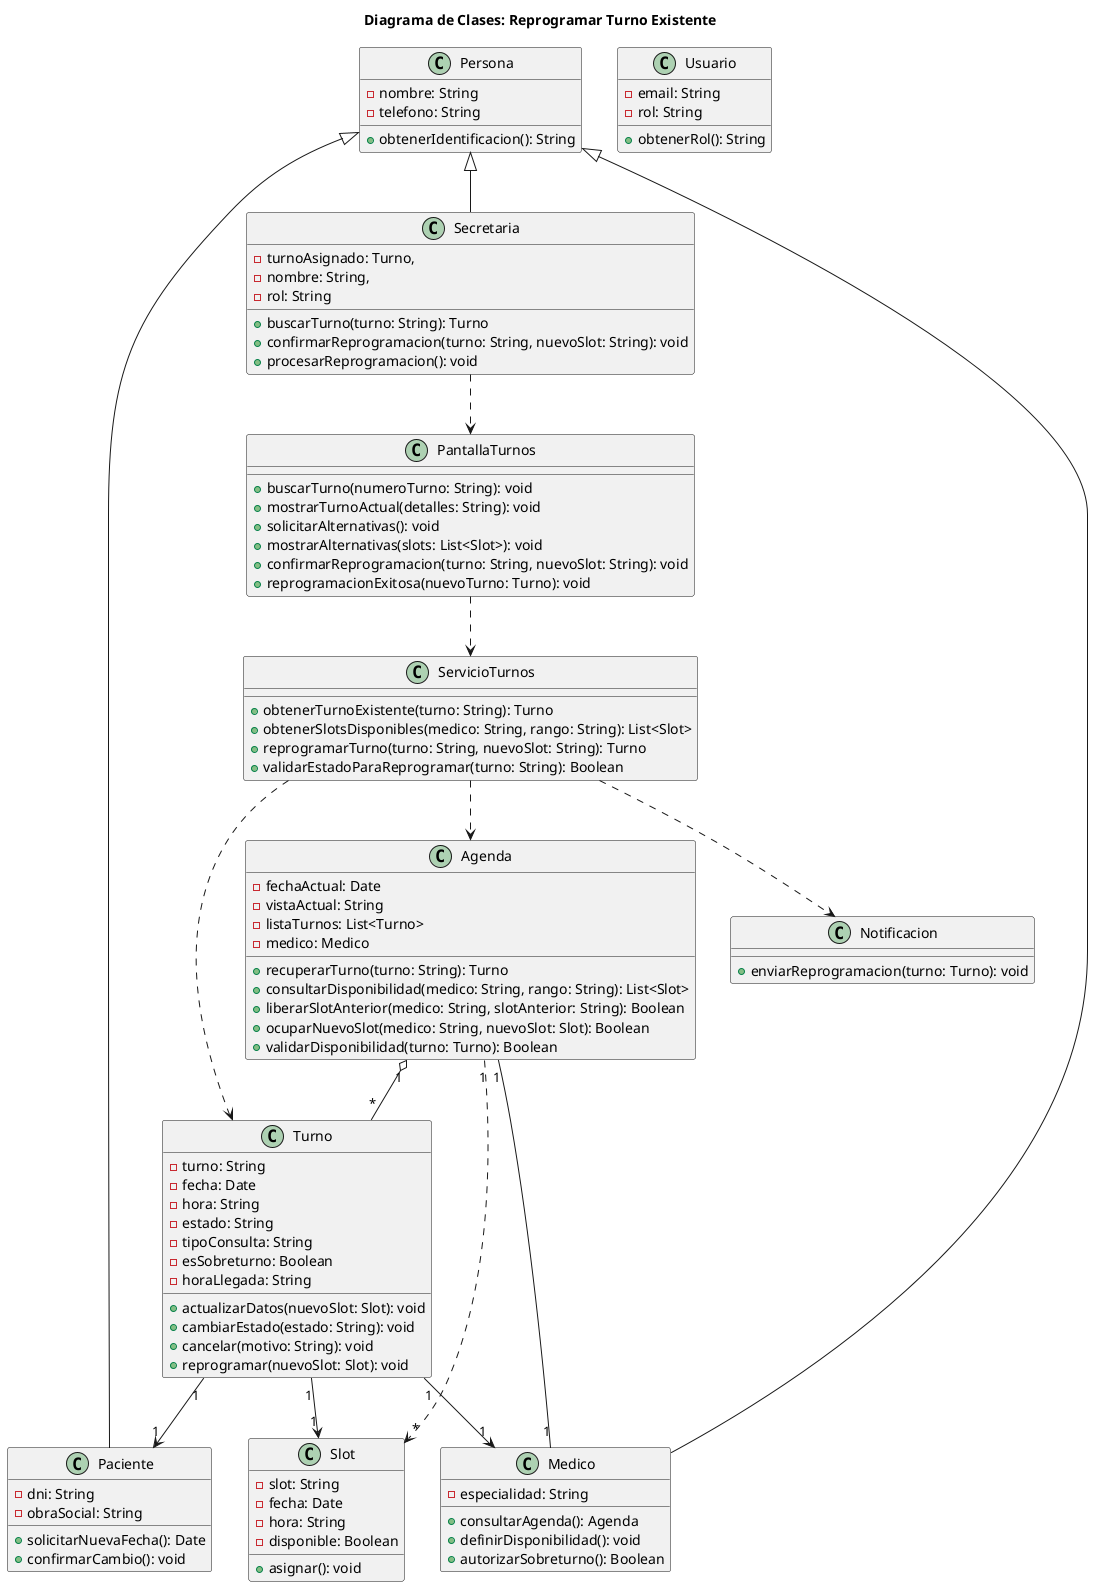
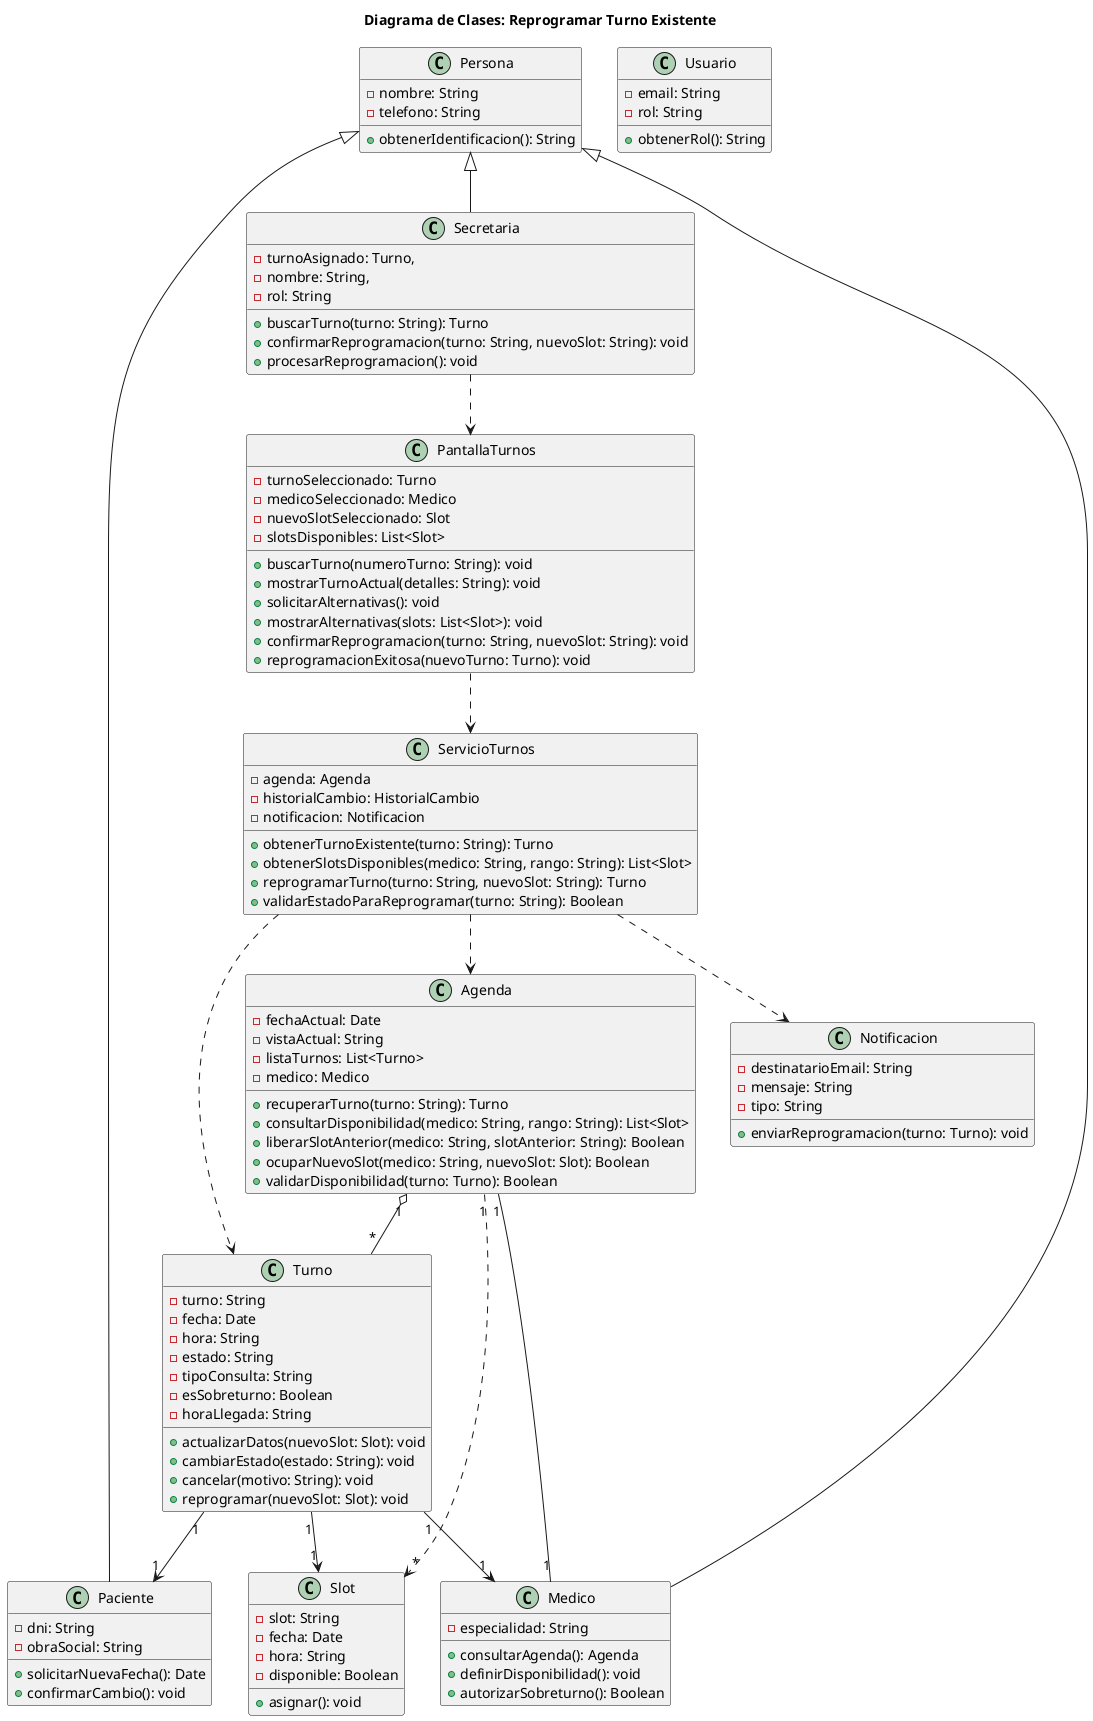
@startuml 02-clases-reprogramar-turno-02
title Diagrama de Clases: Reprogramar Turno Existente

class Persona {
    - nombre: String
    - telefono: String
    + obtenerIdentificacion(): String
}

class Usuario {
    - email: String
    - rol: String
    + obtenerRol(): String
}

class Paciente {
    - dni: String
    - obraSocial: String
    + solicitarNuevaFecha(): Date
    + confirmarCambio(): void
}

class Secretaria {
    - turnoAsignado: Turno,
    - nombre: String,
    - rol: String
    + buscarTurno(turno: String): Turno
    + confirmarReprogramacion(turno: String, nuevoSlot: String): void
    + procesarReprogramacion(): void
}

class Medico {
    - especialidad: String
    + consultarAgenda(): Agenda
    + definirDisponibilidad(): void
    + autorizarSobreturno(): Boolean
}

class Agenda {
    - fechaActual: Date
    - vistaActual: String
    - listaTurnos: List<Turno>
    - medico: Medico
    + recuperarTurno(turno: String): Turno
    + consultarDisponibilidad(medico: String, rango: String): List<Slot>
    + liberarSlotAnterior(medico: String, slotAnterior: String): Boolean
    + ocuparNuevoSlot(medico: String, nuevoSlot: Slot): Boolean
    + validarDisponibilidad(turno: Turno): Boolean
}

class Turno {
    - turno: String
    - fecha: Date
    - hora: String
    - estado: String
    - tipoConsulta: String
    - esSobreturno: Boolean
    - horaLlegada: String
    + actualizarDatos(nuevoSlot: Slot): void
    + cambiarEstado(estado: String): void
    + cancelar(motivo: String): void
    + reprogramar(nuevoSlot: Slot): void
}

class Slot {
    - slot: String
    - fecha: Date
    - hora: String
    - disponible: Boolean
    + asignar(): void
}

class ServicioTurnos {
+     - agenda: Agenda
+     - historialCambio: HistorialCambio
+     - notificacion: Notificacion
    + obtenerTurnoExistente(turno: String): Turno
    + obtenerSlotsDisponibles(medico: String, rango: String): List<Slot>
    + reprogramarTurno(turno: String, nuevoSlot: String): Turno
    + validarEstadoParaReprogramar(turno: String): Boolean
}

class PantallaTurnos {
+     - turnoSeleccionado: Turno
+     - medicoSeleccionado: Medico
+     - nuevoSlotSeleccionado: Slot
+     - slotsDisponibles: List<Slot>
    + buscarTurno(numeroTurno: String): void
    + mostrarTurnoActual(detalles: String): void
    + solicitarAlternativas(): void
    + mostrarAlternativas(slots: List<Slot>): void
    + confirmarReprogramacion(turno: String, nuevoSlot: String): void
    + reprogramacionExitosa(nuevoTurno: Turno): void
}

class Notificacion {
+     - destinatarioEmail: String
+     - mensaje: String
+     - tipo: String
    + enviarReprogramacion(turno: Turno): void
}

Persona <|-- Paciente
Persona <|-- Medico
Persona <|-- Secretaria

Agenda "1" o-- "*" Turno
Agenda "1" -- "1" Medico
Turno "1" --> "1" Paciente
Turno "1" --> "1" Medico
Turno "1" --> "1" Slot
Agenda "1" ..> "*" Slot
ServicioTurnos ..> Agenda
ServicioTurnos ..> Turno
PantallaTurnos ..> ServicioTurnos
Secretaria ..> PantallaTurnos
ServicioTurnos ..> Notificacion

@enduml